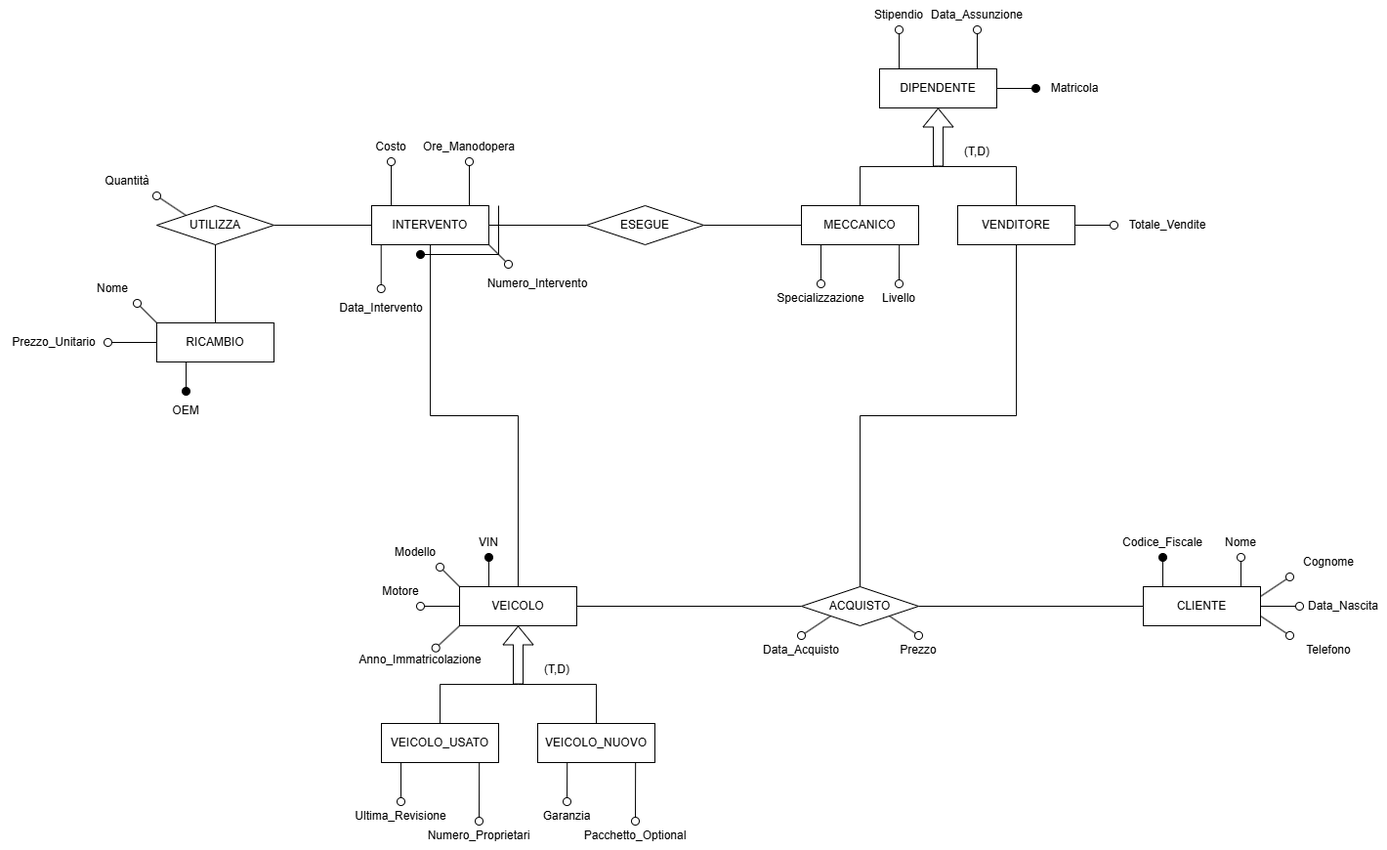
The draw.io diagram Schema ER.png in Ahwrs/ProgettoBasi, before a commit. Source tidied: cells renumbered, new cells last; positions are measured from the earlier drawing's top-left corner, leaving out a move shared by most shapes.
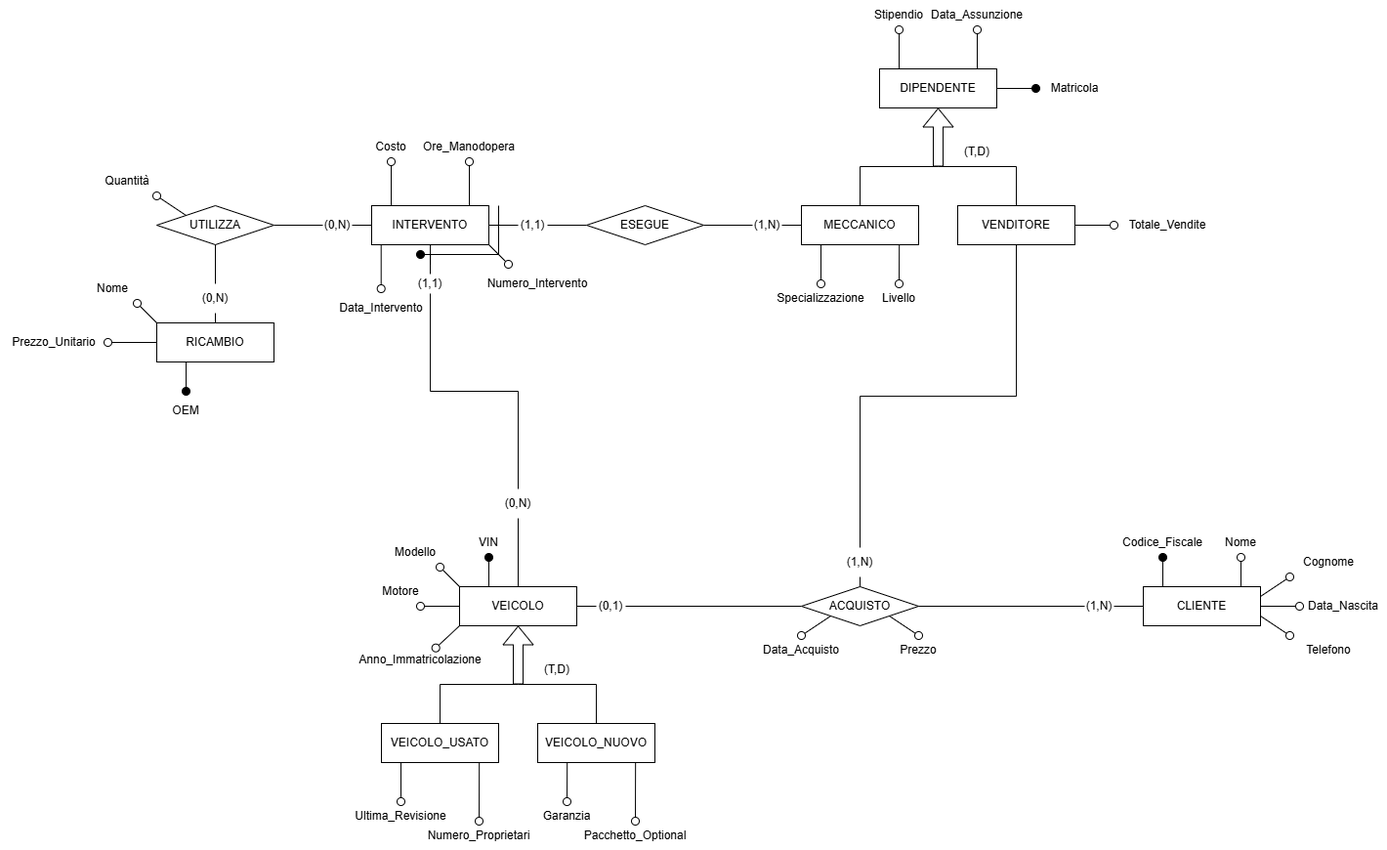
After the change.

Commit message:
Inserimento delle cardinalità

What changed in the source:
```diff
@@ -14,10 +14,10 @@
     <mxCell id="5" style="rounded=0;jettySize=auto;html=1;exitX=0;exitY=1;exitDx=0;exitDy=0;endArrow=oval;endFill=0;entryX=0.892;entryY=0.09;entryDx=0;entryDy=0;entryPerimeter=0;startSize=8;endSize=8;" parent="1" edge="1" source="8" target="10">
       <mxGeometry relative="1" as="geometry" />
     </mxCell>
-    <mxCell id="6" style="rounded=0;jettySize=auto;html=1;exitX=1;exitY=0.5;exitDx=0;exitDy=0;entryX=0;entryY=0.5;entryDx=0;entryDy=0;endArrow=none;endFill=0;" parent="1" edge="1" source="8" target="43">
+    <mxCell id="6" style="rounded=0;jettySize=auto;html=1;exitX=1;exitY=0.5;exitDx=0;exitDy=0;entryX=0;entryY=0.5;entryDx=0;entryDy=0;endArrow=none;endFill=0;" parent="1" edge="1" source="98" target="43">
       <mxGeometry relative="1" as="geometry" />
     </mxCell>
-    <mxCell id="7" style="rounded=0;jettySize=auto;html=1;exitX=0.5;exitY=0;exitDx=0;exitDy=0;edgeStyle=orthogonalEdgeStyle;endArrow=none;endFill=0;" parent="1" edge="1" source="8" target="65">
+    <mxCell id="7" style="rounded=0;jettySize=auto;html=1;exitX=0.5;exitY=0;exitDx=0;exitDy=0;edgeStyle=orthogonalEdgeStyle;endArrow=none;endFill=0;" parent="1" edge="1" source="90" target="65">
       <mxGeometry relative="1" as="geometry" />
     </mxCell>
     <mxCell id="8" value="VEICOLO" style="rounded=0;whiteSpace=wrap;html=1;" parent="1" vertex="1">
@@ -147,7 +147,7 @@
     <mxCell id="40" value="Telefono" style="text;html=1;whiteSpace=wrap;strokeColor=none;fillColor=none;align=center;verticalAlign=middle;rounded=0;" parent="1" vertex="1">
       <mxGeometry x="1320" y="650" width="80" height="30" as="geometry" />
     </mxCell>
-    <mxCell id="41" style="rounded=0;jettySize=auto;html=1;exitX=1;exitY=0.5;exitDx=0;exitDy=0;entryX=0;entryY=0.5;entryDx=0;entryDy=0;endArrow=none;endFill=0;" parent="1" edge="1" source="43" target="15">
+    <mxCell id="41" style="rounded=0;jettySize=auto;html=1;exitX=1;exitY=0.5;exitDx=0;exitDy=0;entryX=0;entryY=0.5;entryDx=0;entryDy=0;endArrow=none;endFill=0;" parent="1" edge="1" source="94" target="15">
       <mxGeometry relative="1" as="geometry" />
     </mxCell>
     <mxCell id="42" style="rounded=0;jettySize=auto;html=1;exitX=1;exitY=1;exitDx=0;exitDy=0;endArrow=oval;endFill=0;entryX=0.5;entryY=0;entryDx=0;entryDy=0;startSize=8;endSize=8;" parent="1" edge="1" source="43" target="46">
@@ -195,7 +195,7 @@
         <mxPoint x="920.2" y="250" as="sourcePoint" />
       </mxGeometry>
     </mxCell>
-    <mxCell id="53" style="rounded=0;jettySize=auto;html=1;entryX=1;entryY=0.5;entryDx=0;entryDy=0;endArrow=none;endFill=0;" parent="1" edge="1" source="54" target="66">
+    <mxCell id="53" style="rounded=0;jettySize=auto;html=1;entryX=1;entryY=0.5;entryDx=0;entryDy=0;endArrow=none;endFill=0;" parent="1" edge="1" source="100" target="66">
       <mxGeometry relative="1" as="geometry" />
     </mxCell>
     <mxCell id="54" value="MECCANICO" style="rounded=0;whiteSpace=wrap;html=1;" parent="1" vertex="1">
@@ -209,7 +209,7 @@
         </Array>
       </mxGeometry>
     </mxCell>
-    <mxCell id="56" style="rounded=0;jettySize=auto;html=1;exitX=0.5;exitY=1;exitDx=0;exitDy=0;entryX=0.5;entryY=0;entryDx=0;entryDy=0;endArrow=none;endFill=0;edgeStyle=orthogonalEdgeStyle;" parent="1" edge="1" source="58" target="43">
+    <mxCell id="56" style="rounded=0;jettySize=auto;html=1;exitX=0.5;exitY=1;exitDx=0;exitDy=0;entryX=0.5;entryY=0;entryDx=0;entryDy=0;endArrow=none;endFill=0;edgeStyle=orthogonalEdgeStyle;" parent="1" edge="1" source="96" target="43">
       <mxGeometry relative="1" as="geometry" />
     </mxCell>
     <mxCell id="57" style="rounded=0;jettySize=auto;html=1;exitX=1;exitY=0.5;exitDx=0;exitDy=0;endArrow=oval;endFill=0;startSize=8;endSize=8;entryX=0;entryY=0.5;entryDx=0;entryDy=0;" parent="1" edge="1" source="58" target="69">
@@ -227,13 +227,13 @@
     <mxCell id="61" value="(T,D)" style="text;html=1;whiteSpace=wrap;strokeColor=none;fillColor=none;align=center;verticalAlign=middle;rounded=0;" parent="1" vertex="1">
       <mxGeometry x="970" y="140" width="60" height="30" as="geometry" />
     </mxCell>
-    <mxCell id="62" style="rounded=0;jettySize=auto;html=1;entryX=0;entryY=0.5;entryDx=0;entryDy=0;endArrow=none;endFill=0;" parent="1" edge="1" source="65" target="66">
+    <mxCell id="62" style="rounded=0;jettySize=auto;html=1;entryX=0;entryY=0.5;entryDx=0;entryDy=0;endArrow=none;endFill=0;" parent="1" edge="1" source="92" target="66">
       <mxGeometry relative="1" as="geometry" />
     </mxCell>
     <mxCell id="63" style="rounded=0;jettySize=auto;html=1;exitX=1;exitY=1;exitDx=0;exitDy=0;endArrow=oval;endFill=0;startSize=8;endSize=8;entryX=0;entryY=0;entryDx=0;entryDy=0;" parent="1" edge="1" source="65" target="67">
       <mxGeometry relative="1" as="geometry" />
     </mxCell>
-    <mxCell id="64" style="rounded=0;jettySize=auto;html=1;exitX=0;exitY=0.5;exitDx=0;exitDy=0;entryX=1;entryY=0.5;entryDx=0;entryDy=0;endArrow=none;endFill=0;" parent="1" edge="1" source="65" target="75">
+    <mxCell id="64" style="rounded=0;jettySize=auto;html=1;exitX=0;exitY=0.5;exitDx=0;exitDy=0;entryX=1;entryY=0.5;entryDx=0;entryDy=0;endArrow=none;endFill=0;" parent="1" edge="1" source="104" target="75">
       <mxGeometry relative="1" as="geometry" />
     </mxCell>
     <mxCell id="65" value="INTERVENTO" style="whiteSpace=wrap;html=1;rounded=0;" parent="1" vertex="1">
@@ -290,7 +290,7 @@
     <mxCell id="78" style="rounded=0;jettySize=auto;html=1;exitX=0;exitY=0.5;exitDx=0;exitDy=0;endArrow=oval;endFill=0;entryX=1;entryY=0.5;entryDx=0;entryDy=0;startSize=8;endSize=8;" parent="1" edge="1" source="80" target="82">
       <mxGeometry relative="1" as="geometry" />
     </mxCell>
-    <mxCell id="79" style="rounded=0;jettySize=auto;html=1;exitX=0.5;exitY=0;exitDx=0;exitDy=0;entryX=0.5;entryY=1;entryDx=0;entryDy=0;endArrow=none;endFill=0;" parent="1" edge="1" source="80" target="75">
+    <mxCell id="79" style="rounded=0;jettySize=auto;html=1;exitX=0.5;exitY=0;exitDx=0;exitDy=0;entryX=0.5;entryY=1;entryDx=0;entryDy=0;endArrow=none;endFill=0;" parent="1" edge="1" source="106" target="75">
       <mxGeometry relative="1" as="geometry" />
     </mxCell>
     <mxCell id="80" value="RICAMBIO" style="rounded=0;whiteSpace=wrap;html=1;" parent="1" vertex="1">
@@ -325,5 +325,59 @@
     <mxCell id="88" value="Quantità" style="text;html=1;whiteSpace=wrap;strokeColor=none;fillColor=none;align=center;verticalAlign=middle;rounded=0;" parent="1" vertex="1">
       <mxGeometry x="100" y="170" width="60" height="30" as="geometry" />
     </mxCell>
+    <mxCell id="89" style="rounded=0;jettySize=auto;html=1;exitX=0.5;exitY=0;exitDx=0;exitDy=0;edgeStyle=orthogonalEdgeStyle;endArrow=none;endFill=0;" parent="1" edge="1" source="102" target="90">
+      <mxGeometry relative="1" as="geometry" />
+    </mxCell>
+    <mxCell id="90" value="(1,1)" style="text;html=1;whiteSpace=wrap;strokeColor=none;fillColor=none;align=center;verticalAlign=middle;rounded=0;" parent="1" vertex="1">
+      <mxGeometry x="410" y="280" width="60" height="20" as="geometry" />
+    </mxCell>
+    <mxCell id="91" style="rounded=0;jettySize=auto;html=1;entryX=0;entryY=0.5;entryDx=0;entryDy=0;endArrow=none;endFill=0;" parent="1" edge="1" source="65" target="92">
+      <mxGeometry relative="1" as="geometry" />
+    </mxCell>
+    <mxCell id="92" value="(1,1)" style="text;html=1;whiteSpace=wrap;strokeColor=none;fillColor=none;align=center;verticalAlign=middle;rounded=0;" parent="1" vertex="1">
+      <mxGeometry x="530" y="215" width="30" height="30" as="geometry" />
+    </mxCell>
+    <mxCell id="93" style="rounded=0;jettySize=auto;html=1;exitX=1;exitY=0.5;exitDx=0;exitDy=0;entryX=0;entryY=0.5;entryDx=0;entryDy=0;endArrow=none;endFill=0;" parent="1" edge="1" source="43" target="94">
+      <mxGeometry relative="1" as="geometry" />
+    </mxCell>
+    <mxCell id="94" value="(1,N)" style="text;html=1;whiteSpace=wrap;strokeColor=none;fillColor=none;align=center;verticalAlign=middle;rounded=0;" parent="1" vertex="1">
+      <mxGeometry x="1110" y="605" width="30" height="30" as="geometry" />
+    </mxCell>
+    <mxCell id="95" style="rounded=0;jettySize=auto;html=1;exitX=0.5;exitY=1;exitDx=0;exitDy=0;entryX=0.5;entryY=0;entryDx=0;entryDy=0;endArrow=none;endFill=0;edgeStyle=orthogonalEdgeStyle;" parent="1" edge="1" source="58" target="96">
+      <mxGeometry relative="1" as="geometry" />
+    </mxCell>
+    <mxCell id="96" value="(1,N)" style="text;html=1;whiteSpace=wrap;strokeColor=none;fillColor=none;align=center;verticalAlign=middle;rounded=0;" parent="1" vertex="1">
+      <mxGeometry x="865" y="560" width="30" height="30" as="geometry" />
+    </mxCell>
+    <mxCell id="97" style="rounded=0;jettySize=auto;html=1;exitX=1;exitY=0.5;exitDx=0;exitDy=0;entryX=0;entryY=0.5;entryDx=0;entryDy=0;endArrow=none;endFill=0;" parent="1" edge="1" source="8" target="98">
+      <mxGeometry relative="1" as="geometry" />
+    </mxCell>
+    <mxCell id="98" value="(0,1)" style="text;html=1;whiteSpace=wrap;strokeColor=none;fillColor=none;align=center;verticalAlign=middle;rounded=0;" parent="1" vertex="1">
+      <mxGeometry x="610" y="605" width="30" height="30" as="geometry" />
+    </mxCell>
+    <mxCell id="99" style="rounded=0;jettySize=auto;html=1;entryX=1;entryY=0.5;entryDx=0;entryDy=0;endArrow=none;endFill=0;" parent="1" edge="1" source="54" target="100">
+      <mxGeometry relative="1" as="geometry" />
+    </mxCell>
+    <mxCell id="100" value="(1,N)" style="text;html=1;whiteSpace=wrap;strokeColor=none;fillColor=none;align=center;verticalAlign=middle;rounded=0;" parent="1" vertex="1">
+      <mxGeometry x="770" y="215" width="30" height="30" as="geometry" />
+    </mxCell>
+    <mxCell id="101" style="rounded=0;jettySize=auto;html=1;exitX=0.5;exitY=0;exitDx=0;exitDy=0;edgeStyle=orthogonalEdgeStyle;endArrow=none;endFill=0;" parent="1" edge="1" source="8" target="102">
+      <mxGeometry relative="1" as="geometry" />
+    </mxCell>
+    <mxCell id="102" value="(0,N)" style="text;html=1;whiteSpace=wrap;strokeColor=none;fillColor=none;align=center;verticalAlign=middle;rounded=0;" parent="1" vertex="1">
+      <mxGeometry x="515" y="500" width="30" height="30" as="geometry" />
+    </mxCell>
+    <mxCell id="103" style="rounded=0;jettySize=auto;html=1;exitX=0;exitY=0.5;exitDx=0;exitDy=0;entryX=1;entryY=0.5;entryDx=0;entryDy=0;endArrow=none;endFill=0;" parent="1" edge="1" source="65" target="104">
+      <mxGeometry relative="1" as="geometry" />
+    </mxCell>
+    <mxCell id="104" value="(0,N)" style="text;html=1;whiteSpace=wrap;strokeColor=none;fillColor=none;align=center;verticalAlign=middle;rounded=0;" parent="1" vertex="1">
+      <mxGeometry x="330" y="215" width="30" height="30" as="geometry" />
+    </mxCell>
+    <mxCell id="105" style="rounded=0;jettySize=auto;html=1;exitX=0.5;exitY=0;exitDx=0;exitDy=0;entryX=0.5;entryY=1;entryDx=0;entryDy=0;endArrow=none;endFill=0;" parent="1" edge="1" source="80" target="106">
+      <mxGeometry relative="1" as="geometry" />
+    </mxCell>
+    <mxCell id="106" value="(0,N)" style="text;html=1;whiteSpace=wrap;strokeColor=none;fillColor=none;align=center;verticalAlign=middle;rounded=0;" parent="1" vertex="1">
+      <mxGeometry x="205" y="290" width="30" height="30" as="geometry" />
+    </mxCell>
   </root>
 </mxGraphModel>
```
